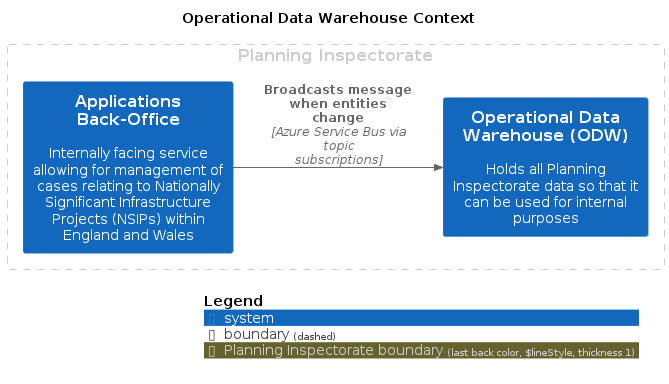
The PlantUML diagram master/png/OperationalDataWarehouseContext.png in Planning-Inspectorate/applications-service, before a commit.
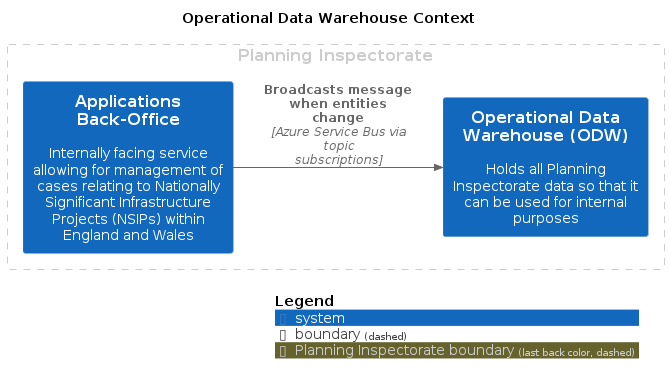
Above is the later version.

Change to the diagram source:
```diff
@@ -7,7 +7,7 @@
 !include <C4/C4>
 !include <C4/C4_Context>
 
-AddBoundaryTag("Planning Inspectorate", $borderColor="#cccccc", $fontColor="#cccccc", $borderStyle="Dashed", $borderThickness="1")
+AddBoundaryTag("Planning Inspectorate", $borderColor="#cccccc", $fontColor="#cccccc", $borderStyle="dashed")
 Boundary(group_1, "Planning Inspectorate", $tags="Planning Inspectorate") {
   System(ApplicationsBackOffice, "Applications Back-Office", $descr="Internally facing service allowing for management of cases relating to Nationally Significant Infrastructure Projects (NSIPs) within England and Wales", $tags="", $link="")
   System(OperationalDataWarehouseODW, "Operational Data Warehouse (ODW)", $descr="Holds all Planning Inspectorate data so that it can be used for internal purposes", $tags="", $link="")
```
